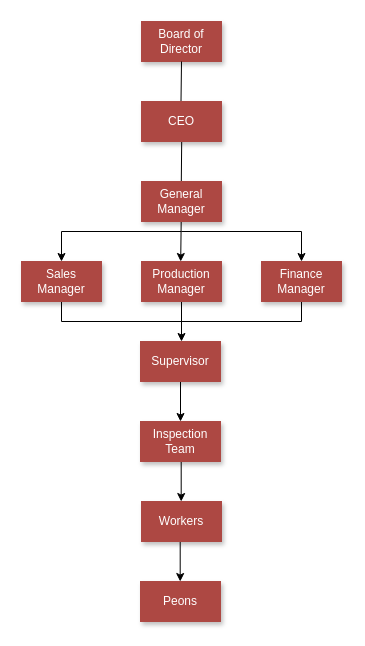
Above: Untitled Diagram.drawio in ParthGangani/WPF-Basics (draw.io), before the change. Source tidied: cells renumbered, new cells numbered last; positions are measured from the earlier drawing's top-left corner, leaving out a move shared by most shapes. Both pictures are drawn from the tidied source at 100%, with x=0, y=0 at pixel (21, 21).
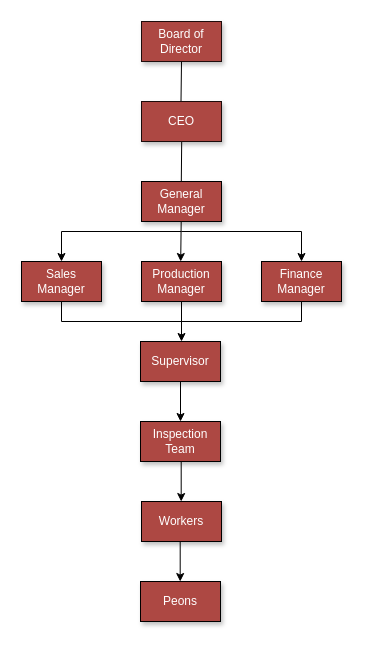
After the change.

Diff of the diagram source:
```diff
@@
-    <mxCell id="2" value="Board of Director" style="rounded=0;whiteSpace=wrap;html=1;fillColor=#ad4843;strokeColor=#ad4843;fontColor=#FFFFFF;shadow=1;" parent="1" vertex="1">
+    <mxCell id="2" value="Board of Director" style="rounded=0;whiteSpace=wrap;html=1;fillColor=#ad4843;strokeColor=#1F0D0C;fontColor=#FFFFFF;shadow=1;" parent="1" vertex="1">
       <mxGeometry x="120" width="80" height="40" as="geometry" />
     </mxCell>
@@
-    <mxCell id="14" value="CEO" style="rounded=0;whiteSpace=wrap;html=1;fillColor=#ad4843;strokeColor=#ad4843;fontColor=#FFFFFF;shadow=1;" parent="1" vertex="1">
+    <mxCell id="14" value="CEO" style="rounded=0;whiteSpace=wrap;html=1;fillColor=#ad4843;strokeColor=#1C0C0B;fontColor=#FFFFFF;shadow=1;" parent="1" vertex="1">
       <mxGeometry x="120" y="80" width="80" height="40" as="geometry" />
     </mxCell>
-    <mxCell id="15" value="General Manager" style="rounded=0;whiteSpace=wrap;html=1;fillColor=#ad4843;strokeColor=#ad4843;fontColor=#FFFFFF;shadow=1;" parent="1" vertex="1">
+    <mxCell id="15" value="General Manager" style="rounded=0;whiteSpace=wrap;html=1;fillColor=#ad4843;strokeColor=#000000;fontColor=#FFFFFF;shadow=1;" parent="1" vertex="1">
       <mxGeometry x="120" y="160" width="80" height="40" as="geometry" />
     </mxCell>
-    <mxCell id="16" value="Sales Manager" style="rounded=0;whiteSpace=wrap;html=1;fillColor=#ad4843;strokeColor=#ad4843;fontColor=#FFFFFF;shadow=1;" parent="1" vertex="1">
+    <mxCell id="16" value="Sales Manager" style="rounded=0;whiteSpace=wrap;html=1;fillColor=#ad4843;strokeColor=#000000;fontColor=#FFFFFF;shadow=1;" parent="1" vertex="1">
       <mxGeometry y="240" width="80" height="40" as="geometry" />
     </mxCell>
-    <mxCell id="17" value="Production Manager" style="rounded=0;whiteSpace=wrap;html=1;fillColor=#ad4843;strokeColor=#ad4843;fontColor=#FFFFFF;shadow=1;" parent="1" vertex="1">
+    <mxCell id="17" value="Production Manager" style="rounded=0;whiteSpace=wrap;html=1;fillColor=#ad4843;strokeColor=#000000;fontColor=#FFFFFF;shadow=1;" parent="1" vertex="1">
       <mxGeometry x="120" y="240" width="80" height="40" as="geometry" />
     </mxCell>
-    <mxCell id="18" value="Finance Manager" style="rounded=0;whiteSpace=wrap;html=1;fillColor=#ad4843;strokeColor=#ad4843;fontColor=#FFFFFF;shadow=1;" parent="1" vertex="1">
+    <mxCell id="18" value="Finance Manager" style="rounded=0;whiteSpace=wrap;html=1;fillColor=#ad4843;strokeColor=#000000;fontColor=#FFFFFF;shadow=1;" parent="1" vertex="1">
       <mxGeometry x="240" y="240" width="80" height="40" as="geometry" />
     </mxCell>
-    <mxCell id="19" value="Inspection Team" style="rounded=0;whiteSpace=wrap;html=1;fillColor=#ad4843;strokeColor=#ad4843;fontColor=#FFFFFF;shadow=1;" parent="1" vertex="1">
+    <mxCell id="19" value="Inspection Team" style="rounded=0;whiteSpace=wrap;html=1;fillColor=#ad4843;strokeColor=#000000;fontColor=#FFFFFF;shadow=1;" parent="1" vertex="1">
       <mxGeometry x="119" y="400" width="80" height="40" as="geometry" />
     </mxCell>
-    <mxCell id="20" value="Supervisor" style="rounded=0;whiteSpace=wrap;html=1;fillColor=#ad4843;strokeColor=#ad4843;fontColor=#FFFFFF;shadow=1;" parent="1" vertex="1">
+    <mxCell id="20" value="Supervisor" style="rounded=0;whiteSpace=wrap;html=1;fillColor=#ad4843;strokeColor=#000000;fontColor=#FFFFFF;shadow=1;" parent="1" vertex="1">
       <mxGeometry x="119" y="320" width="80" height="40" as="geometry" />
     </mxCell>
-    <mxCell id="21" value="Workers" style="rounded=0;whiteSpace=wrap;html=1;fillColor=#ad4843;strokeColor=#ad4843;fontColor=#FFFFFF;shadow=1;" parent="1" vertex="1">
+    <mxCell id="21" value="Workers" style="rounded=0;whiteSpace=wrap;html=1;fillColor=#ad4843;strokeColor=#000000;fontColor=#FFFFFF;shadow=1;" parent="1" vertex="1">
       <mxGeometry x="120" y="480" width="80" height="40" as="geometry" />
     </mxCell>
-    <mxCell id="22" value="Peons" style="rounded=0;whiteSpace=wrap;html=1;fillColor=#ad4843;strokeColor=#ad4843;fontColor=#FFFFFF;shadow=1;" parent="1" vertex="1">
+    <mxCell id="22" value="Peons" style="rounded=0;whiteSpace=wrap;html=1;fillColor=#ad4843;strokeColor=#000000;fontColor=#FFFFFF;shadow=1;" parent="1" vertex="1">
       <mxGeometry x="119" y="560" width="80" height="40" as="geometry" />
     </mxCell>
```
